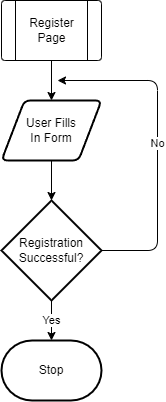
The draw.io diagram NEA-Final/Writeup/Design/Flowcharts/registerpage.png in connormcharg/school-work, before a commit. Source tidied: cells renumbered, new cells last; positions are measured from the earlier drawing's top-left corner, leaving out a move shared by most shapes.
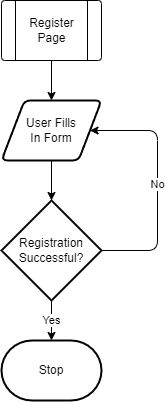
After the change.

The edit, as a diff of the source:
```diff
@@ -16,12 +16,11 @@
     <mxCell id="5" value="Yes" style="edgeStyle=none;html=1;" parent="1" edge="1" source="7" target="8">
       <mxGeometry relative="1" as="geometry" />
     </mxCell>
-    <mxCell id="6" value="No" style="edgeStyle=none;html=1;" parent="1" edge="1" source="7">
+    <mxCell id="6" value="No" style="edgeStyle=none;html=1;entryX=1;entryY=0.5;entryDx=0;entryDy=0;" parent="1" edge="1" source="7" target="4">
       <mxGeometry relative="1" as="geometry">
-        <mxPoint x="56" y="80" as="targetPoint" />
         <Array as="points">
           <mxPoint x="156" y="250" />
-          <mxPoint x="156" y="80" />
+          <mxPoint x="156" y="130" />
         </Array>
       </mxGeometry>
     </mxCell>
```
